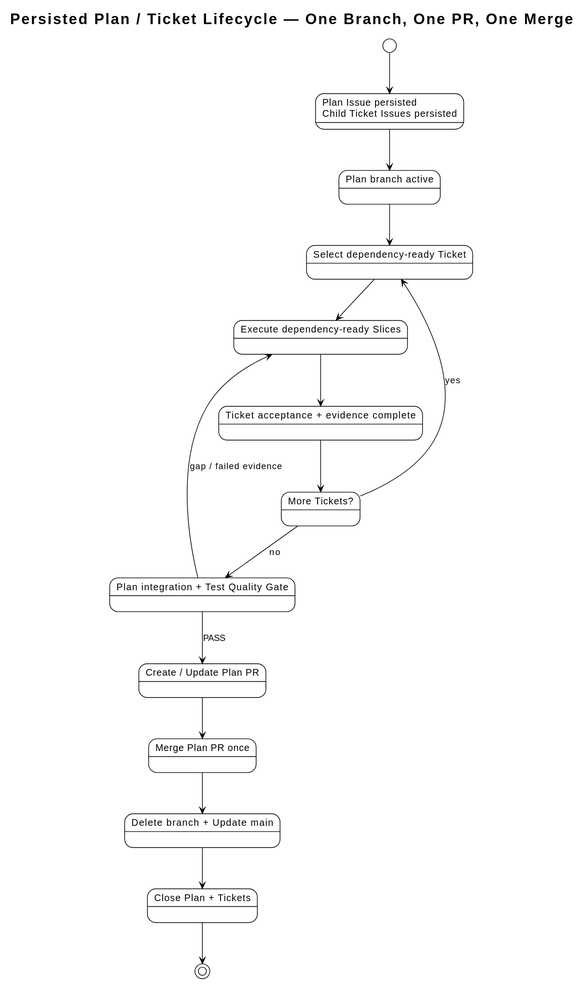
This is docs/architecture/diagrams/ticket-lifecycle.svg from i-zrhe2016/codex-development-workflow, a PlantUML export, as it was before one commit. Source of this version:
```plantuml
@startuml
!theme plain
top to bottom direction
skinparam shadowing false
skinparam defaultFontName Arial

title Persisted Plan / Ticket Lifecycle — One Branch, One PR, One Merge

state "Plan Issue persisted\nChild Ticket Issues persisted" as persisted
state "Plan branch active" as branch
state "Select dependency-ready Ticket" as select
state "Execute dependency-ready Slices" as slices
state "Ticket acceptance + evidence complete" as accepted
state "More Tickets?" as more
state "Plan integration + Test Quality Gate" as gate
state "Create / Update Plan PR" as publish
state "Merge Plan PR once" as merge
state "Delete branch + Update main" as cleanup
state "Close Plan + Tickets" as done

[*] --> persisted
persisted --> branch
branch --> select
select --> slices
slices --> accepted
accepted --> more
more --> select : yes
more --> gate : no
gate --> slices : gap / failed evidence
gate --> publish : PASS
publish --> merge
merge --> cleanup
cleanup --> done
done --> [*]
@enduml
```
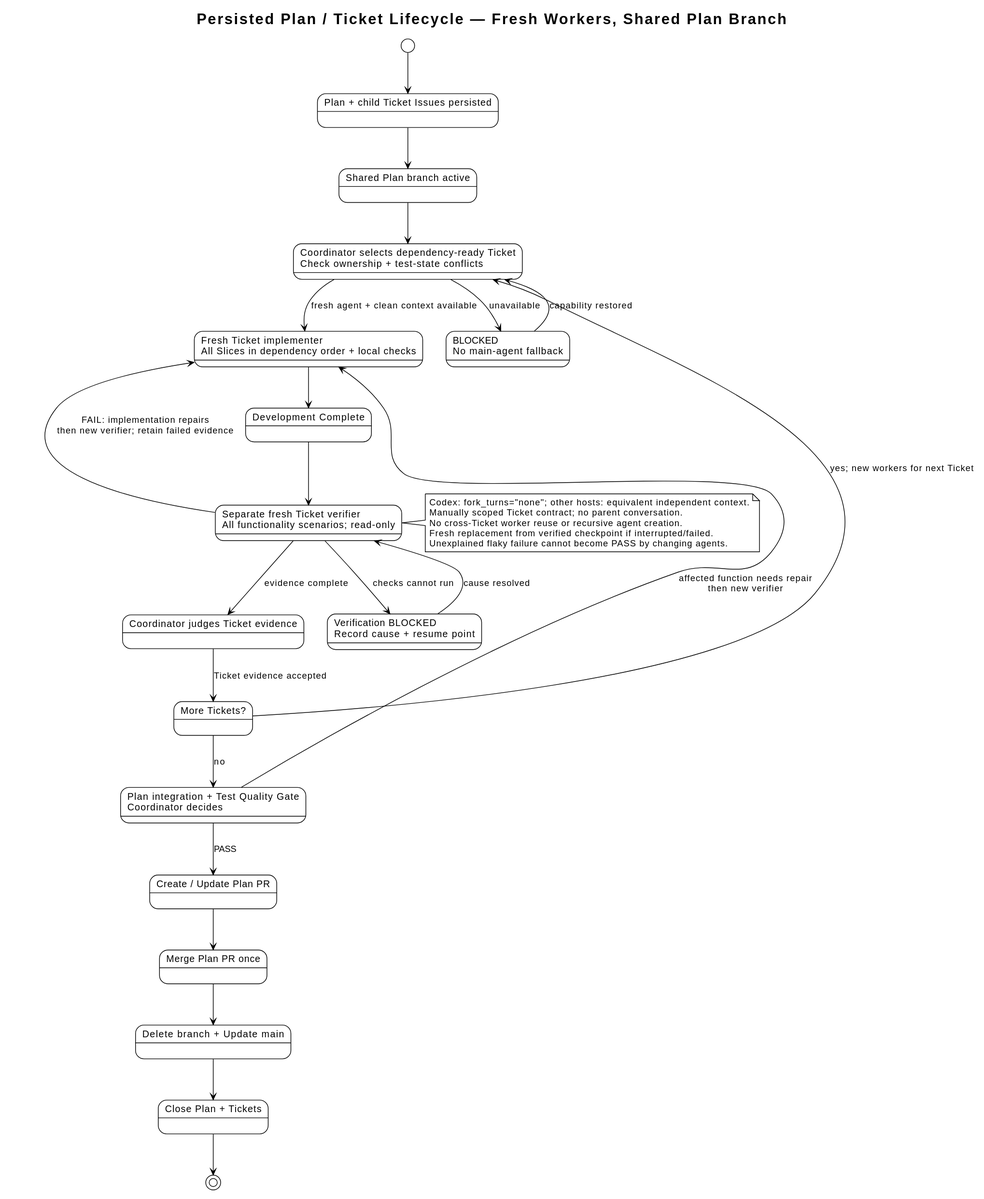
After the change.

Diff of the diagram source:
```diff
@@ -4,32 +4,51 @@
 skinparam shadowing false
 skinparam defaultFontName Arial
 
-title Persisted Plan / Ticket Lifecycle — One Branch, One PR, One Merge
+title Persisted Plan / Ticket Lifecycle — Fresh Workers, Shared Plan Branch
 
-state "Plan Issue persisted\nChild Ticket Issues persisted" as persisted
-state "Plan branch active" as branch
-state "Select dependency-ready Ticket" as select
-state "Execute dependency-ready Slices" as slices
-state "Ticket acceptance + evidence complete" as accepted
+state "Plan + child Ticket Issues persisted" as persisted
+state "Shared Plan branch active" as branch
+state "Coordinator selects dependency-ready Ticket\nCheck ownership + test-state conflicts" as select
+state "Fresh Ticket implementer\nAll Slices in dependency order + local checks" as implement
+state "Development Complete" as developed
+state "Separate fresh Ticket verifier\nAll functionality scenarios; read-only" as verify
+state "Coordinator judges Ticket evidence" as accepted
 state "More Tickets?" as more
-state "Plan integration + Test Quality Gate" as gate
+state "Plan integration + Test Quality Gate\nCoordinator decides" as gate
 state "Create / Update Plan PR" as publish
 state "Merge Plan PR once" as merge
 state "Delete branch + Update main" as cleanup
 state "Close Plan + Tickets" as done
+state "BLOCKED\nNo main-agent fallback" as blocked
+state "Verification BLOCKED\nRecord cause + resume point" as verify_blocked
 
 [*] --> persisted
-persisted --> branch
-branch --> select
-select --> slices
-slices --> accepted
-accepted --> more
-more --> select : yes
-more --> gate : no
-gate --> slices : gap / failed evidence
-gate --> publish : PASS
-publish --> merge
-merge --> cleanup
-cleanup --> done
+persisted -down-> branch
+branch -down-> select
+select -down-> implement : fresh agent + clean context available
+select --> blocked : unavailable
+blocked -[norank]-> select : capability restored
+implement -down-> developed
+developed -down-> verify
+verify --> verify_blocked : checks cannot run
+verify_blocked -[norank]-> verify : cause resolved
+verify -down-> accepted : evidence complete
+verify -[norank]-> implement : FAIL: implementation repairs\nthen new verifier; retain failed evidence
+accepted -down-> more : Ticket evidence accepted
+more -[norank]-> select : yes; new workers for next Ticket
+more -down-> gate : no
+gate -[norank]-> implement : affected function needs repair\nthen new verifier
+gate -down-> publish : PASS
+publish -down-> merge
+merge -down-> cleanup
+cleanup -down-> done
 done --> [*]
+
+note right of verify
+Codex: fork_turns="none"; other hosts: equivalent independent context.
+Manually scoped Ticket contract; no parent conversation.
+No cross-Ticket worker reuse or recursive agent creation.
+Fresh replacement from verified checkpoint if interrupted/failed.
+Unexplained flaky failure cannot become PASS by changing agents.
+end note
 @enduml
```
